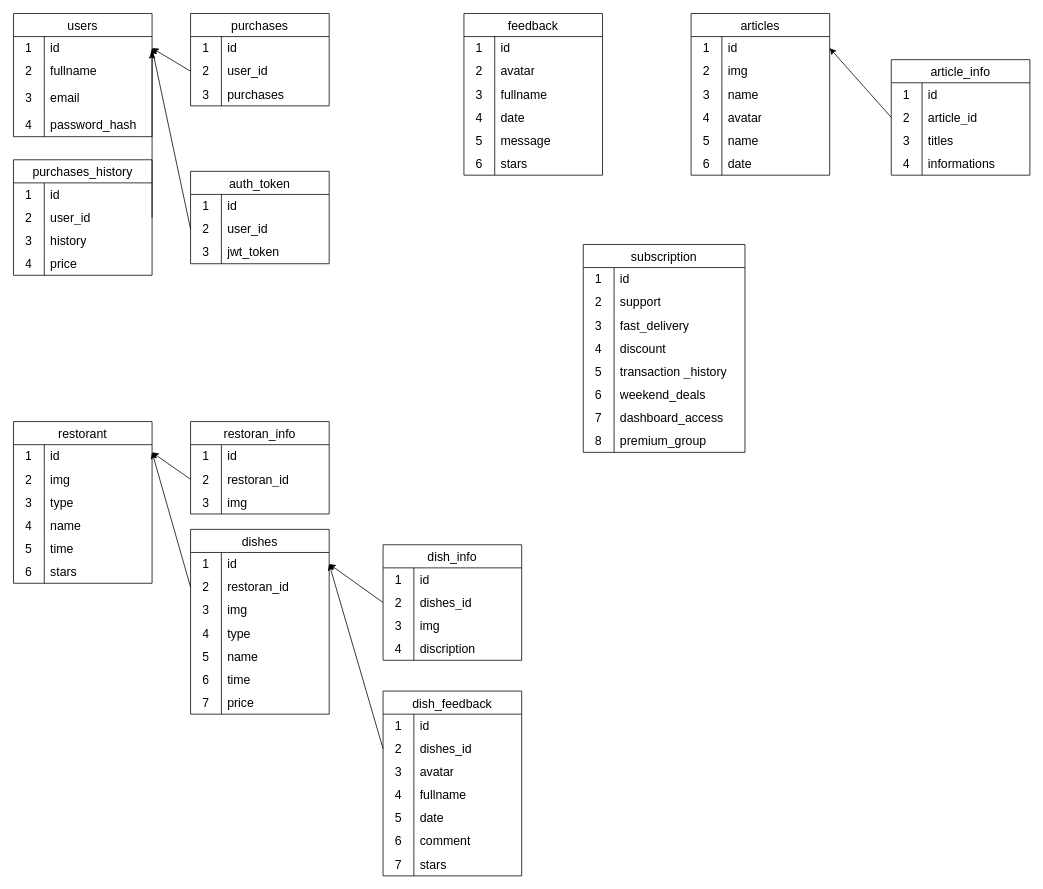
Before: api/src/database/.drawio in BlackDarkes/Eatly, a draw.io diagram. Source tidied: cells renumbered, new cells numbered last; positions are measured from the earlier drawing's top-left corner, leaving out a move shared by most shapes. Both pictures are drawn from the tidied source at 77%, with x=0, y=0 at pixel (13, 13).
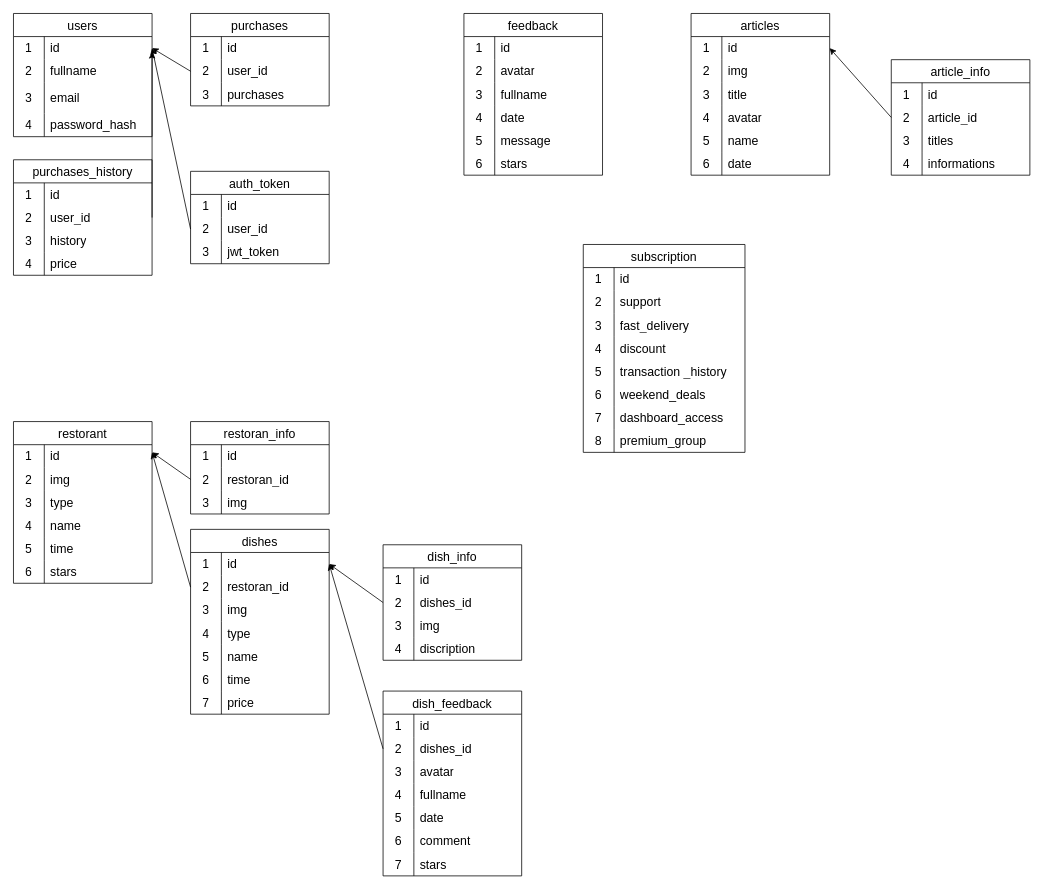
After the change.

Unchanged cells that the change refers to:
```xml
<mxCell id="192" style="shape=tableRow;horizontal=0;startSize=0;swimlaneHead=0;swimlaneBody=0;top=0;left=0;bottom=0;right=0;fillColor=none;strokeColor=inherit;fontSize=16;" parent="185" vertex="1">
  <mxGeometry y="90" width="180" height="30" as="geometry" />
</mxCell>
```

Diff of the diagram source:
```diff
@@
-    <mxCell id="194" value="name" style="shape=partialRectangle;html=1;whiteSpace=wrap;fillColor=none;top=0;left=0;bottom=0;right=0;align=left;spacingLeft=6;overflow=hidden;strokeColor=inherit;fontSize=16;" parent="192" vertex="1">
+    <mxCell id="194" value="title" style="shape=partialRectangle;html=1;whiteSpace=wrap;fillColor=none;top=0;left=0;bottom=0;right=0;align=left;spacingLeft=6;overflow=hidden;strokeColor=inherit;fontSize=16;" parent="192" vertex="1">
       <mxGeometry x="40" width="140" height="30" as="geometry" />
     </mxCell>
```
